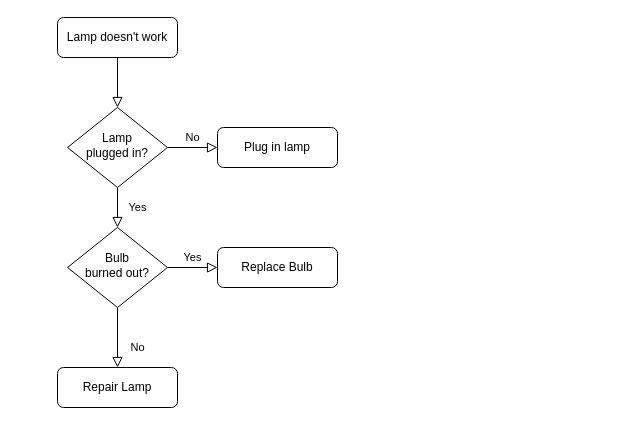
This is Untitled Diagram.drawio from Badigribz/portfolio, a draw.io file, before an edit. Source tidied: cells renumbered, new cells numbered last; positions are measured from the earlier drawing's top-left corner, leaving out a move shared by most shapes. Both pictures are drawn from the tidied source at 100%, with x=0, y=0 at pixel (57, 17).
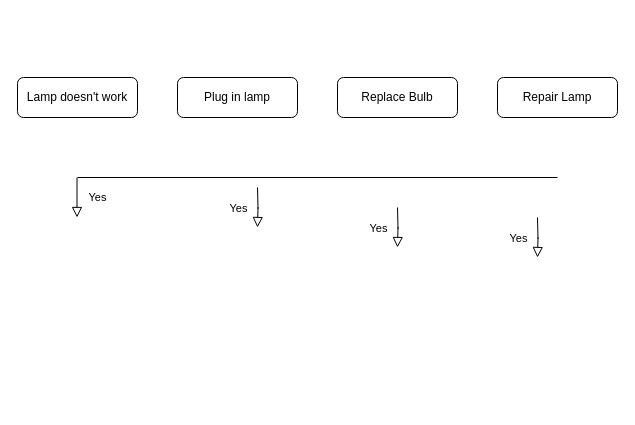
The same page after the edit.

What changed in the source:
```diff
@@
 <mxGraphModel>
   <root>
     <mxCell id="0" />
     <mxCell id="1" parent="0" />
-    <mxCell id="2" style="rounded=0;html=1;jettySize=auto;fontSize=11;endArrow=block;endFill=0;endSize=8;strokeWidth=1;shadow=0;labelBackgroundColor=none;edgeStyle=orthogonalEdgeStyle;" parent="1" edge="1" source="3" target="6">
-      <mxGeometry relative="1" as="geometry" />
-    </mxCell>
     <mxCell id="3" value="Lamp doesn't work" style="rounded=1;whiteSpace=wrap;html=1;fontSize=12;glass=0;strokeWidth=1;shadow=0;" parent="1" vertex="1">
-      <mxGeometry width="120" height="40" as="geometry" />
+      <mxGeometry x="-40" y="60" width="120" height="40" as="geometry" />
     </mxCell>
-    <mxCell id="4" value="Yes" style="rounded=0;html=1;jettySize=auto;fontSize=11;endArrow=block;endFill=0;endSize=8;strokeWidth=1;shadow=0;labelBackgroundColor=none;edgeStyle=orthogonalEdgeStyle;" parent="1" edge="1" source="6" target="10">
-      <mxGeometry y="20" relative="1" as="geometry" />
+    <mxCell id="4" value="Yes" style="rounded=0;html=1;jettySize=auto;orthogonalLoop=1;fontSize=11;endArrow=block;endFill=0;endSize=8;strokeWidth=1;shadow=0;labelBackgroundColor=none;edgeStyle=orthogonalEdgeStyle;" parent="1" edge="1">
+      <mxGeometry y="20" relative="1" as="geometry">
+        <mxPoint x="19.5" y="160" as="sourcePoint" />
+        <mxPoint x="19.5" y="200" as="targetPoint" />
+        <Array as="points">
+          <mxPoint x="20" y="160" />
+          <mxPoint x="20" y="160" />
+        </Array>
+      </mxGeometry>
     </mxCell>
-    <mxCell id="5" value="No" style="edgeStyle=orthogonalEdgeStyle;rounded=0;html=1;jettySize=auto;fontSize=11;endArrow=block;endFill=0;endSize=8;strokeWidth=1;shadow=0;labelBackgroundColor=none;" parent="1" edge="1" source="6" target="7">
-      <mxGeometry y="10" relative="1" as="geometry" />
-    </mxCell>
-    <mxCell id="6" value="Lamp&lt;br&gt;plugged in?" style="rhombus;whiteSpace=wrap;html=1;shadow=0;fontFamily=Helvetica;fontSize=12;align=center;strokeWidth=1;spacing=6;spacingTop=-4;" parent="1" vertex="1">
-      <mxGeometry x="10" y="90" width="100" height="80" as="geometry" />
-    </mxCell>
     <mxCell id="7" value="Plug in lamp" style="rounded=1;whiteSpace=wrap;html=1;fontSize=12;glass=0;strokeWidth=1;shadow=0;" parent="1" vertex="1">
-      <mxGeometry x="160" y="110" width="120" height="40" as="geometry" />
+      <mxGeometry x="120" y="60" width="120" height="40" as="geometry" />
     </mxCell>
-    <mxCell id="8" value="No" style="rounded=0;html=1;jettySize=auto;fontSize=11;endArrow=block;endFill=0;endSize=8;strokeWidth=1;shadow=0;labelBackgroundColor=none;edgeStyle=orthogonalEdgeStyle;" parent="1" edge="1" source="10" target="11">
-      <mxGeometry x="0.33" y="20" relative="1" as="geometry" />
-    </mxCell>
-    <mxCell id="9" value="Yes" style="edgeStyle=orthogonalEdgeStyle;rounded=0;html=1;jettySize=auto;fontSize=11;endArrow=block;endFill=0;endSize=8;strokeWidth=1;shadow=0;labelBackgroundColor=none;" parent="1" edge="1" source="10" target="12">
-      <mxGeometry y="10" relative="1" as="geometry" />
-    </mxCell>
-    <mxCell id="10" value="Bulb&lt;br&gt;burned out?" style="rhombus;whiteSpace=wrap;html=1;shadow=0;fontFamily=Helvetica;fontSize=12;align=center;strokeWidth=1;spacing=6;spacingTop=-4;" parent="1" vertex="1">
-      <mxGeometry x="10" y="210" width="100" height="80" as="geometry" />
-    </mxCell>
     <mxCell id="11" value="Repair Lamp" style="rounded=1;whiteSpace=wrap;html=1;fontSize=12;glass=0;strokeWidth=1;shadow=0;" parent="1" vertex="1">
-      <mxGeometry y="350" width="120" height="40" as="geometry" />
+      <mxGeometry x="440" y="60" width="120" height="40" as="geometry" />
     </mxCell>
     <mxCell id="12" value="Replace Bulb" style="rounded=1;whiteSpace=wrap;html=1;fontSize=12;glass=0;strokeWidth=1;shadow=0;" parent="1" vertex="1">
-      <mxGeometry x="160" y="230" width="120" height="40" as="geometry" />
+      <mxGeometry x="280" y="60" width="120" height="40" as="geometry" />
     </mxCell>
+    <mxCell id="13" value="Yes" style="rounded=0;html=1;jettySize=auto;orthogonalLoop=1;fontSize=11;endArrow=block;endFill=0;endSize=8;strokeWidth=1;shadow=0;labelBackgroundColor=none;edgeStyle=orthogonalEdgeStyle;" parent="1" edge="1">
+      <mxGeometry y="20" relative="1" as="geometry">
+        <mxPoint x="200" y="170" as="sourcePoint" />
+        <mxPoint x="200" y="210" as="targetPoint" />
+      </mxGeometry>
+    </mxCell>
+    <mxCell id="14" value="Yes" style="rounded=0;html=1;jettySize=auto;orthogonalLoop=1;fontSize=11;endArrow=block;endFill=0;endSize=8;strokeWidth=1;shadow=0;labelBackgroundColor=none;edgeStyle=orthogonalEdgeStyle;" parent="1" edge="1">
+      <mxGeometry y="20" relative="1" as="geometry">
+        <mxPoint x="340" y="190" as="sourcePoint" />
+        <mxPoint x="340" y="230" as="targetPoint" />
+      </mxGeometry>
+    </mxCell>
+    <mxCell id="15" value="Yes" style="rounded=0;html=1;jettySize=auto;orthogonalLoop=1;fontSize=11;endArrow=block;endFill=0;endSize=8;strokeWidth=1;shadow=0;labelBackgroundColor=none;edgeStyle=orthogonalEdgeStyle;" parent="1" edge="1">
+      <mxGeometry y="20" relative="1" as="geometry">
+        <mxPoint x="480" y="200" as="sourcePoint" />
+        <mxPoint x="480" y="240" as="targetPoint" />
+      </mxGeometry>
+    </mxCell>
+    <mxCell id="16" style="endArrow=none;html=1;rounded=0;" parent="1" edge="1">
+      <mxGeometry relative="1" as="geometry">
+        <mxPoint x="20" y="160" as="sourcePoint" />
+        <mxPoint x="500" y="160" as="targetPoint" />
+      </mxGeometry>
+    </mxCell>
   </root>
 </mxGraphModel>
```
